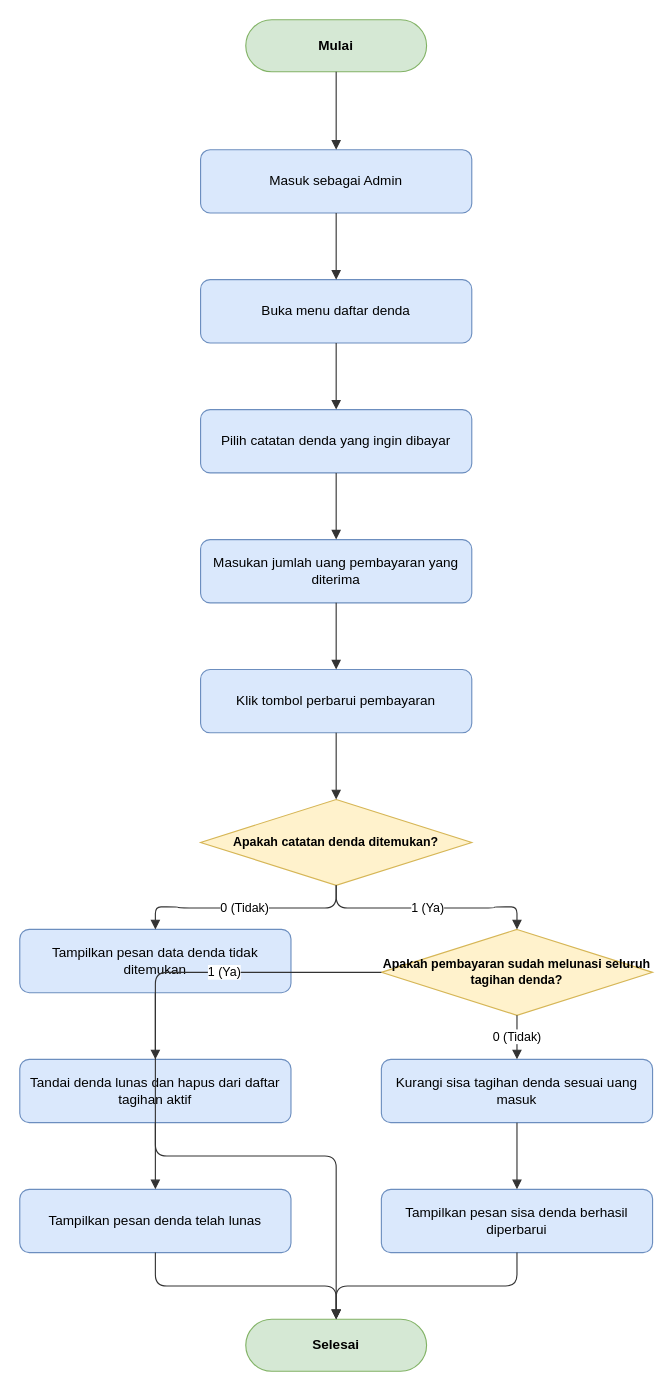
dimstyle/ruang-baca keeps this draw.io diagram as docs/diagrams/flowchart/flowchart-updatedenda.drawio. Above is the earlier version. Source tidied: cells renumbered, new cells numbered last; positions are measured from the earlier drawing's top-left corner, leaving out a move shared by most shapes. Both pictures are drawn from the tidied source at 113%, with x=0, y=0 at pixel (19, 19).
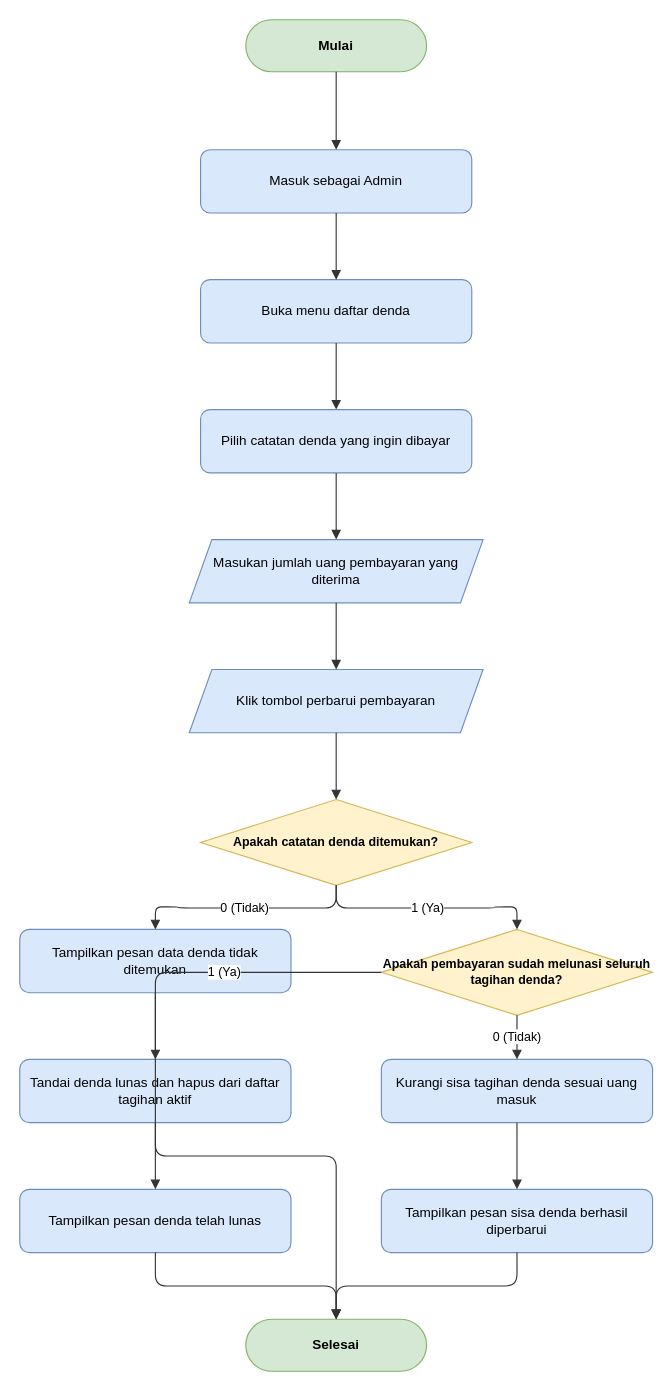
The same page after the edit.

Change to the diagram source:
```diff
@@
-    <mxCell id="6" value="Masukan jumlah uang pembayaran yang diterima" style="rounded=1;whiteSpace=wrap;html=1;fillColor=#dae8fc;strokeColor=#6c8ebf;fontSize=12;" parent="1" vertex="1">
-      <mxGeometry x="160" y="460" width="240" height="56" as="geometry" />
+    <mxCell id="6" value="Masukan jumlah uang pembayaran yang diterima" style="shape=parallelogram;perimeter=parallelogramPerimeter;whiteSpace=wrap;html=1;fixedSize=1;fillColor=#dae8fc;strokeColor=#6c8ebf;fontSize=12;" parent="1" vertex="1">
+      <mxGeometry x="150" y="460" width="260" height="56" as="geometry" />
     </mxCell>
-    <mxCell id="7" value="Klik tombol perbarui pembayaran" style="rounded=1;whiteSpace=wrap;html=1;fillColor=#dae8fc;strokeColor=#6c8ebf;fontSize=12;" parent="1" vertex="1">
-      <mxGeometry x="160" y="575" width="240" height="56" as="geometry" />
+    <mxCell id="7" value="Klik tombol perbarui pembayaran" style="shape=parallelogram;perimeter=parallelogramPerimeter;whiteSpace=wrap;html=1;fixedSize=1;fillColor=#dae8fc;strokeColor=#6c8ebf;fontSize=12;" parent="1" vertex="1">
+      <mxGeometry x="150" y="575" width="260" height="56" as="geometry" />
     </mxCell>
```
